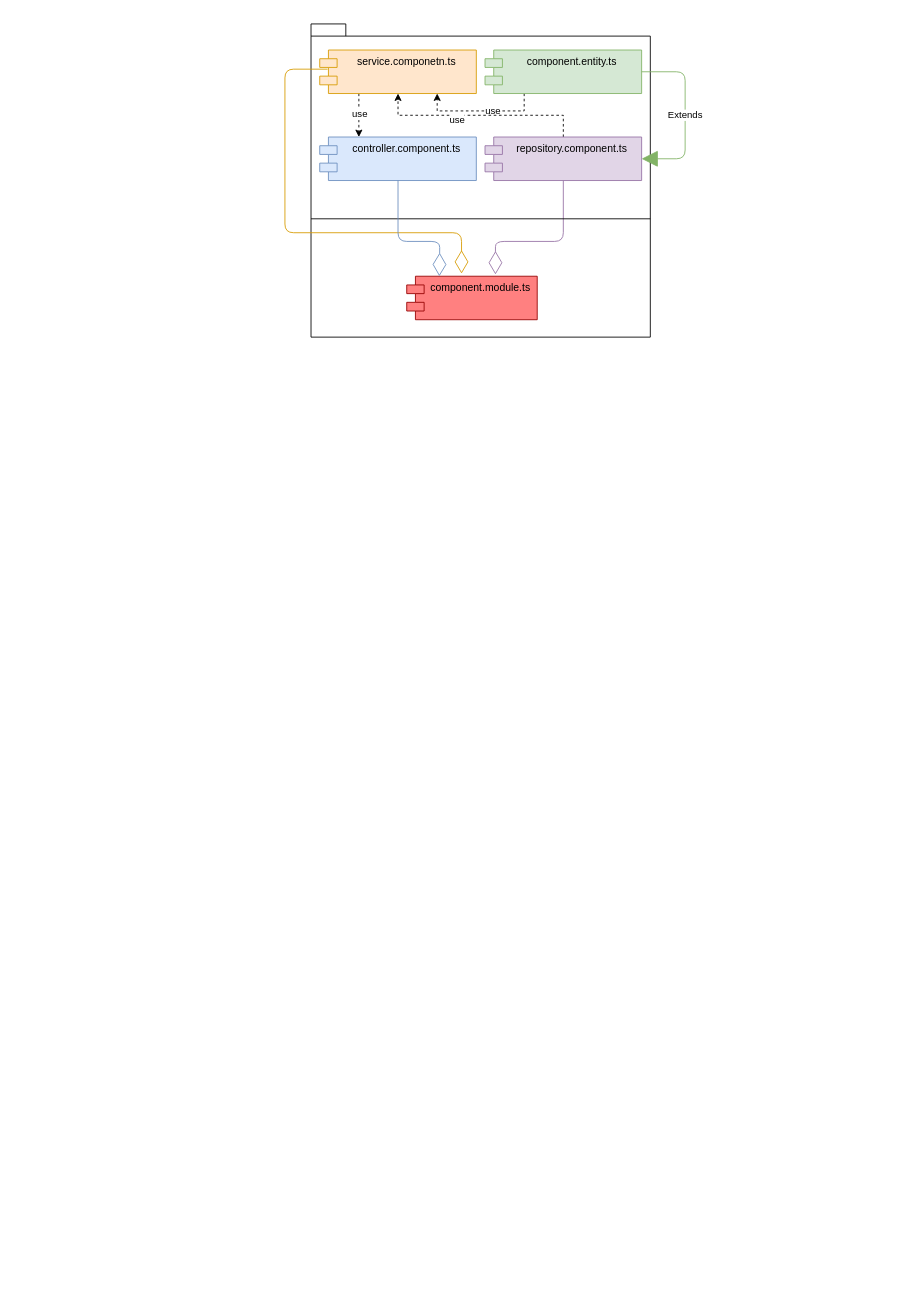
Before: Diagrama_componentes.drawio in davinzifc/diagrams, a draw.io diagram. Source tidied: cells renumbered, new cells numbered last; positions are measured from the earlier drawing's top-left corner, leaving out a move shared by most shapes. Both pictures are drawn from the tidied source at 87%, with x=0, y=0 at pixel (284, 23).
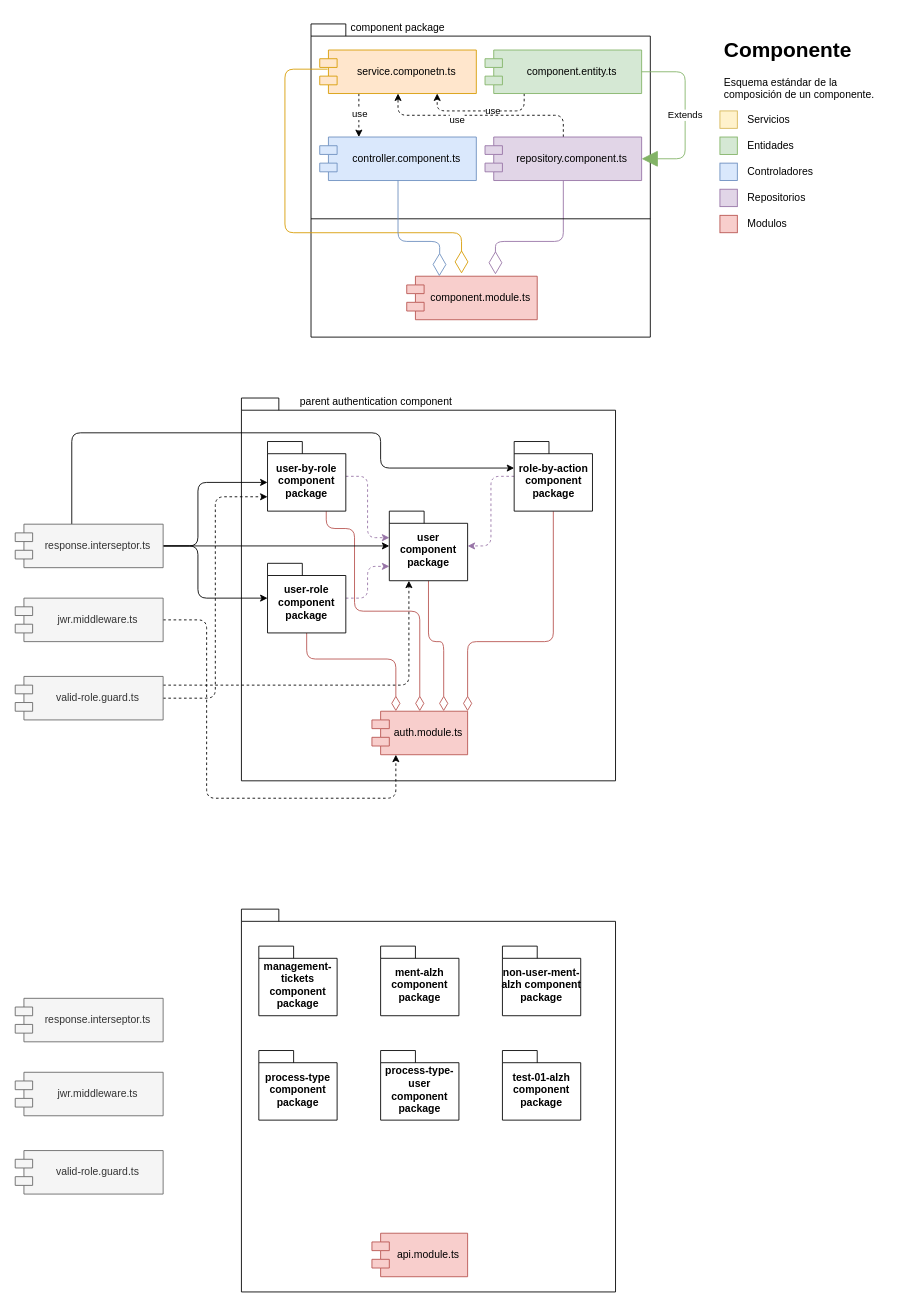
The same diagram, later.

Diff of the diagram source:
```diff
@@
-    <mxCell id="5" value="service.componetn.ts" style="shape=module;align=left;spacingLeft=20;align=center;verticalAlign=top;whiteSpace=wrap;html=1;fillColor=#ffe6cc;strokeColor=#d79b00;" parent="1" vertex="1">
+    <mxCell id="5" value="service.componetn.ts" style="shape=module;align=left;spacingLeft=20;align=center;verticalAlign=middle;whiteSpace=wrap;html=1;fillColor=#ffe6cc;strokeColor=#d79b00;" parent="1" vertex="1">
       <mxGeometry x="40" y="30" width="180" height="50" as="geometry" />
     </mxCell>
@@
-    <mxCell id="7" style="edgeStyle=orthogonalEdgeStyle;rounded=0;jettySize=auto;html=1;exitX=0.25;exitY=1;exitDx=0;exitDy=0;entryX=0.75;entryY=1;entryDx=0;entryDy=0;dashed=1;" parent="1" edge="1" source="9" target="5">
+    <mxCell id="7" style="edgeStyle=orthogonalEdgeStyle;rounded=1;jettySize=auto;html=1;exitX=0.25;exitY=1;exitDx=0;exitDy=0;entryX=0.75;entryY=1;entryDx=0;entryDy=0;dashed=1;" parent="1" edge="1" source="9" target="5">
       <mxGeometry relative="1" as="geometry" />
     </mxCell>
@@
-    <mxCell id="9" value="component.entity.ts" style="shape=module;align=left;spacingLeft=20;align=center;verticalAlign=top;whiteSpace=wrap;html=1;fillColor=#d5e8d4;strokeColor=#82b366;" parent="1" vertex="1">
+    <mxCell id="9" value="component.entity.ts" style="shape=module;align=left;spacingLeft=20;align=center;verticalAlign=middle;whiteSpace=wrap;html=1;fillColor=#d5e8d4;strokeColor=#82b366;" parent="1" vertex="1">
       <mxGeometry x="230" y="30" width="180" height="50" as="geometry" />
     </mxCell>
@@
-    <mxCell id="11" style="edgeStyle=orthogonalEdgeStyle;rounded=0;jettySize=auto;html=1;exitX=0.5;exitY=0;exitDx=0;exitDy=0;dashed=1;" parent="1" edge="1" source="13" target="5">
+    <mxCell id="11" style="edgeStyle=orthogonalEdgeStyle;rounded=1;jettySize=auto;html=1;exitX=0.5;exitY=0;exitDx=0;exitDy=0;dashed=1;" parent="1" edge="1" source="13" target="5">
       <mxGeometry relative="1" as="geometry" />
     </mxCell>
@@
-    <mxCell id="13" value="repository.component.ts" style="shape=module;align=left;spacingLeft=20;align=center;verticalAlign=top;whiteSpace=wrap;html=1;fillColor=#e1d5e7;strokeColor=#9673a6;" parent="1" vertex="1">
+    <mxCell id="13" value="repository.component.ts" style="shape=module;align=left;spacingLeft=20;align=center;verticalAlign=middle;whiteSpace=wrap;html=1;fillColor=#e1d5e7;strokeColor=#9673a6;" parent="1" vertex="1">
       <mxGeometry x="230" y="130" width="180" height="50" as="geometry" />
     </mxCell>
-    <mxCell id="14" value="component.module.ts" style="shape=module;align=left;spacingLeft=20;align=center;verticalAlign=top;whiteSpace=wrap;html=1;fillColor=#FF8080;strokeColor=#940000;" parent="1" vertex="1">
+    <mxCell id="14" value="component.module.ts" style="shape=module;align=left;spacingLeft=20;align=center;verticalAlign=middle;whiteSpace=wrap;html=1;fillColor=#f8cecc;strokeColor=#b85450;" parent="1" vertex="1">
       <mxGeometry x="140" y="290" width="150" height="50" as="geometry" />
     </mxCell>
-    <mxCell id="15" value="controller.component.ts" style="shape=module;align=left;spacingLeft=20;align=center;verticalAlign=top;whiteSpace=wrap;html=1;fillColor=#dae8fc;strokeColor=#6c8ebf;" parent="1" vertex="1">
+    <mxCell id="15" value="controller.component.ts" style="shape=module;align=left;spacingLeft=20;align=center;verticalAlign=middle;whiteSpace=wrap;html=1;fillColor=#dae8fc;strokeColor=#6c8ebf;" parent="1" vertex="1">
       <mxGeometry x="40" y="130" width="180" height="50" as="geometry" />
     </mxCell>
@@
+    <mxCell id="19" value="component package" style="text;html=1;strokeColor=none;fillColor=none;align=center;verticalAlign=middle;whiteSpace=wrap;rounded=0;" parent="1" vertex="1">
+      <mxGeometry x="50" y="-10" width="160" height="30" as="geometry" />
+    </mxCell>
+    <mxCell id="20" value="&lt;h1&gt;Componente&lt;/h1&gt;&lt;p&gt;Esquema estándar de la composición de un componente.&lt;br&gt;&lt;/p&gt;" style="text;html=1;strokeColor=none;fillColor=none;spacing=5;spacingTop=-20;whiteSpace=wrap;overflow=hidden;rounded=0;" parent="1" vertex="1">
+      <mxGeometry x="500" y="10" width="190" height="120" as="geometry" />
+    </mxCell>
+    <mxCell id="21" style="whiteSpace=wrap;html=1;fillColor=#fff2cc;strokeColor=#d6b656;" parent="1" vertex="1">
+      <mxGeometry x="500" y="100" width="20" height="20" as="geometry" />
+    </mxCell>
+    <mxCell id="22" style="whiteSpace=wrap;html=1;fillColor=#d5e8d4;strokeColor=#82b366;" parent="1" vertex="1">
+      <mxGeometry x="500" y="130" width="20" height="20" as="geometry" />
+    </mxCell>
+    <mxCell id="23" style="whiteSpace=wrap;html=1;fillColor=#dae8fc;strokeColor=#6c8ebf;" parent="1" vertex="1">
+      <mxGeometry x="500" y="160" width="20" height="20" as="geometry" />
+    </mxCell>
+    <mxCell id="24" style="whiteSpace=wrap;html=1;fillColor=#e1d5e7;strokeColor=#9673a6;" parent="1" vertex="1">
+      <mxGeometry x="500" y="190" width="20" height="20" as="geometry" />
+    </mxCell>
+    <mxCell id="25" style="whiteSpace=wrap;html=1;fillColor=#f8cecc;strokeColor=#b85450;" parent="1" vertex="1">
+      <mxGeometry x="500" y="220" width="20" height="20" as="geometry" />
+    </mxCell>
+    <mxCell id="26" value="Servicios" style="text;html=1;strokeColor=none;fillColor=none;align=left;verticalAlign=middle;whiteSpace=wrap;rounded=0;" parent="1" vertex="1">
+      <mxGeometry x="530" y="95" width="60" height="30" as="geometry" />
+    </mxCell>
+    <mxCell id="27" value="Entidades" style="text;html=1;strokeColor=none;fillColor=none;align=left;verticalAlign=middle;whiteSpace=wrap;rounded=0;" parent="1" vertex="1">
+      <mxGeometry x="530" y="125" width="60" height="30" as="geometry" />
+    </mxCell>
+    <mxCell id="28" value="Controladores" style="text;html=1;strokeColor=none;fillColor=none;align=left;verticalAlign=middle;whiteSpace=wrap;rounded=0;" parent="1" vertex="1">
+      <mxGeometry x="530" y="155" width="80" height="30" as="geometry" />
+    </mxCell>
+    <mxCell id="29" value="Repositorios" style="text;html=1;strokeColor=none;fillColor=none;align=left;verticalAlign=middle;whiteSpace=wrap;rounded=0;" parent="1" vertex="1">
+      <mxGeometry x="530" y="185" width="90" height="30" as="geometry" />
+    </mxCell>
+    <mxCell id="30" value="Modulos" style="text;html=1;strokeColor=none;fillColor=none;align=left;verticalAlign=middle;whiteSpace=wrap;rounded=0;" parent="1" vertex="1">
+      <mxGeometry x="530" y="215" width="60" height="30" as="geometry" />
+    </mxCell>
+    <mxCell id="31" style="shape=folder;fontStyle=1;spacingTop=10;tabWidth=40;tabHeight=14;tabPosition=left;html=1;whiteSpace=wrap;" parent="1" vertex="1">
+      <mxGeometry x="-50" y="430" width="430" height="440" as="geometry" />
+    </mxCell>
+    <mxCell id="32" value="auth.module.ts" style="shape=module;align=left;spacingLeft=20;align=center;verticalAlign=middle;whiteSpace=wrap;html=1;fillColor=#f8cecc;strokeColor=#b85450;" parent="1" vertex="1">
+      <mxGeometry x="100" y="790" width="110" height="50" as="geometry" />
+    </mxCell>
+    <mxCell id="33" value="parent authentication component" style="text;html=1;strokeColor=none;fillColor=none;align=center;verticalAlign=middle;whiteSpace=wrap;rounded=0;" parent="1" vertex="1">
+      <mxGeometry x="10" y="420" width="190" height="30" as="geometry" />
+    </mxCell>
+    <mxCell id="34" style="edgeStyle=orthogonalEdgeStyle;rounded=1;jettySize=auto;html=1;entryX=0;entryY=0;entryDx=0;entryDy=30.5;entryPerimeter=0;dashed=1;fillColor=#e1d5e7;strokeColor=#9673a6;" parent="1" edge="1" source="36" target="41">
+      <mxGeometry relative="1" as="geometry" />
+    </mxCell>
+    <mxCell id="35" style="edgeStyle=orthogonalEdgeStyle;rounded=1;jettySize=auto;html=1;exitX=0.75;exitY=1;exitDx=0;exitDy=0;exitPerimeter=0;endArrow=diamondThin;endFill=0;endSize=15;fillColor=#f8cecc;strokeColor=#b85450;" parent="1" edge="1" source="36" target="32">
+      <mxGeometry relative="1" as="geometry">
+        <Array as="points">
+          <mxPoint x="48" y="580" />
+          <mxPoint x="80" y="580" />
+          <mxPoint x="80" y="675" />
+          <mxPoint x="155" y="675" />
+        </Array>
+      </mxGeometry>
+    </mxCell>
+    <mxCell id="36" value="user-by-role component package" style="shape=folder;fontStyle=1;spacingTop=10;tabWidth=40;tabHeight=14;tabPosition=left;html=1;whiteSpace=wrap;" parent="1" vertex="1">
+      <mxGeometry x="-20" y="480" width="90" height="80" as="geometry" />
+    </mxCell>
+    <mxCell id="37" style="edgeStyle=orthogonalEdgeStyle;rounded=1;jettySize=auto;html=1;entryX=0;entryY=0;entryDx=0;entryDy=63.5;entryPerimeter=0;dashed=1;fillColor=#e1d5e7;strokeColor=#9673a6;" parent="1" edge="1" source="39" target="41">
+      <mxGeometry relative="1" as="geometry" />
+    </mxCell>
+    <mxCell id="38" style="edgeStyle=orthogonalEdgeStyle;rounded=1;jettySize=auto;html=1;entryX=0.25;entryY=0;entryDx=0;entryDy=0;fillColor=#f8cecc;strokeColor=#b85450;endArrow=diamondThin;endFill=0;endSize=15;" parent="1" edge="1" source="39" target="32">
+      <mxGeometry relative="1" as="geometry">
+        <Array as="points">
+          <mxPoint x="25" y="730" />
+          <mxPoint x="128" y="730" />
+        </Array>
+      </mxGeometry>
+    </mxCell>
+    <mxCell id="39" value="user-role component package" style="shape=folder;fontStyle=1;spacingTop=10;tabWidth=40;tabHeight=14;tabPosition=left;html=1;whiteSpace=wrap;" parent="1" vertex="1">
+      <mxGeometry x="-20" y="620" width="90" height="80" as="geometry" />
+    </mxCell>
+    <mxCell id="40" style="edgeStyle=orthogonalEdgeStyle;rounded=1;jettySize=auto;html=1;exitX=0.5;exitY=1;exitDx=0;exitDy=0;exitPerimeter=0;entryX=0.75;entryY=0;entryDx=0;entryDy=0;endArrow=diamondThin;endFill=0;endSize=15;fillColor=#f8cecc;strokeColor=#b85450;" parent="1" edge="1" source="41" target="32">
+      <mxGeometry relative="1" as="geometry" />
+    </mxCell>
+    <mxCell id="41" value="user component package" style="shape=folder;fontStyle=1;spacingTop=10;tabWidth=40;tabHeight=14;tabPosition=left;html=1;whiteSpace=wrap;" parent="1" vertex="1">
+      <mxGeometry x="120" y="560" width="90" height="80" as="geometry" />
+    </mxCell>
+    <mxCell id="42" style="edgeStyle=orthogonalEdgeStyle;rounded=1;jettySize=auto;html=1;dashed=1;fillColor=#e1d5e7;strokeColor=#9673a6;" parent="1" edge="1" source="44" target="41">
+      <mxGeometry relative="1" as="geometry" />
+    </mxCell>
+    <mxCell id="43" style="edgeStyle=orthogonalEdgeStyle;rounded=1;jettySize=auto;html=1;entryX=1;entryY=0;entryDx=0;entryDy=0;endArrow=diamondThin;endFill=0;endSize=15;fillColor=#f8cecc;strokeColor=#b85450;" parent="1" edge="1" source="44" target="32">
+      <mxGeometry relative="1" as="geometry">
+        <Array as="points">
+          <mxPoint x="309" y="710" />
+          <mxPoint x="210" y="710" />
+        </Array>
+      </mxGeometry>
+    </mxCell>
+    <mxCell id="44" value="role-by-action component package" style="shape=folder;fontStyle=1;spacingTop=10;tabWidth=40;tabHeight=14;tabPosition=left;html=1;whiteSpace=wrap;" parent="1" vertex="1">
+      <mxGeometry x="263.5" y="480" width="90" height="80" as="geometry" />
+    </mxCell>
+    <mxCell id="45" style="edgeStyle=orthogonalEdgeStyle;rounded=1;jettySize=auto;html=1;entryX=0;entryY=0;entryDx=0;entryDy=47;entryPerimeter=0;" parent="1" edge="1" source="49" target="36">
+      <mxGeometry relative="1" as="geometry">
+        <Array as="points">
+          <mxPoint x="-100" y="600" />
+          <mxPoint x="-100" y="527" />
+        </Array>
+      </mxGeometry>
+    </mxCell>
+    <mxCell id="46" style="edgeStyle=orthogonalEdgeStyle;rounded=1;jettySize=auto;html=1;" parent="1" edge="1" source="49" target="39">
+      <mxGeometry relative="1" as="geometry">
+        <Array as="points">
+          <mxPoint x="-100" y="600" />
+          <mxPoint x="-100" y="660" />
+        </Array>
+      </mxGeometry>
+    </mxCell>
+    <mxCell id="47" style="edgeStyle=orthogonalEdgeStyle;rounded=1;jettySize=auto;html=1;" parent="1" edge="1" source="49" target="41">
+      <mxGeometry relative="1" as="geometry">
+        <Array as="points">
+          <mxPoint x="-120" y="600" />
+          <mxPoint x="-120" y="600" />
+        </Array>
+      </mxGeometry>
+    </mxCell>
+    <mxCell id="48" style="edgeStyle=orthogonalEdgeStyle;rounded=1;jettySize=auto;html=1;entryX=0;entryY=0;entryDx=0;entryDy=30.5;entryPerimeter=0;" parent="1" edge="1" source="49" target="44">
+      <mxGeometry relative="1" as="geometry">
+        <Array as="points">
+          <mxPoint x="-245" y="470" />
+          <mxPoint x="110" y="470" />
+          <mxPoint x="110" y="511" />
+        </Array>
+      </mxGeometry>
+    </mxCell>
+    <mxCell id="49" value="response.interseptor.ts" style="shape=module;align=left;spacingLeft=20;align=center;verticalAlign=middle;whiteSpace=wrap;html=1;fillColor=#f5f5f5;strokeColor=#666666;fontColor=#333333;" parent="1" vertex="1">
+      <mxGeometry x="-310" y="575" width="170" height="50" as="geometry" />
+    </mxCell>
+    <mxCell id="50" style="edgeStyle=orthogonalEdgeStyle;rounded=1;jettySize=auto;html=1;exitX=1;exitY=0.5;exitDx=0;exitDy=0;entryX=0.25;entryY=1;entryDx=0;entryDy=0;dashed=1;" parent="1" edge="1" source="51" target="32">
+      <mxGeometry relative="1" as="geometry">
+        <Array as="points">
+          <mxPoint x="-90" y="685" />
+          <mxPoint x="-90" y="890" />
+          <mxPoint x="128" y="890" />
+        </Array>
+      </mxGeometry>
+    </mxCell>
+    <mxCell id="51" value="jwr.middleware.ts" style="shape=module;align=left;spacingLeft=20;align=center;verticalAlign=middle;whiteSpace=wrap;html=1;fillColor=#f5f5f5;fontColor=#333333;strokeColor=#666666;" parent="1" vertex="1">
+      <mxGeometry x="-310" y="660" width="170" height="50" as="geometry" />
+    </mxCell>
+    <mxCell id="52" style="edgeStyle=orthogonalEdgeStyle;rounded=1;jettySize=auto;html=1;entryX=0.25;entryY=1;entryDx=0;entryDy=0;entryPerimeter=0;dashed=1;" parent="1" edge="1" source="54" target="41">
+      <mxGeometry relative="1" as="geometry">
+        <Array as="points">
+          <mxPoint x="143" y="760" />
+        </Array>
+      </mxGeometry>
+    </mxCell>
+    <mxCell id="53" style="edgeStyle=orthogonalEdgeStyle;rounded=1;jettySize=auto;html=1;entryX=0;entryY=0;entryDx=0;entryDy=63.5;entryPerimeter=0;dashed=1;" parent="1" edge="1" source="54" target="36">
+      <mxGeometry relative="1" as="geometry" />
+    </mxCell>
+    <mxCell id="54" value="valid-role.guard.ts" style="shape=module;align=left;spacingLeft=20;align=center;verticalAlign=middle;whiteSpace=wrap;html=1;fillColor=#f5f5f5;fontColor=#333333;strokeColor=#666666;" parent="1" vertex="1">
+      <mxGeometry x="-310" y="750" width="170" height="50" as="geometry" />
+    </mxCell>
+    <mxCell id="55" style="shape=folder;fontStyle=1;spacingTop=10;tabWidth=40;tabHeight=14;tabPosition=left;html=1;whiteSpace=wrap;" parent="1" vertex="1">
+      <mxGeometry x="-50" y="1017.5" width="430" height="440" as="geometry" />
+    </mxCell>
+    <mxCell id="56" value="response.interseptor.ts" style="shape=module;align=left;spacingLeft=20;align=center;verticalAlign=middle;whiteSpace=wrap;html=1;fillColor=#f5f5f5;strokeColor=#666666;fontColor=#333333;" parent="1" vertex="1">
+      <mxGeometry x="-310" y="1120" width="170" height="50" as="geometry" />
+    </mxCell>
+    <mxCell id="57" value="jwr.middleware.ts" style="shape=module;align=left;spacingLeft=20;align=center;verticalAlign=middle;whiteSpace=wrap;html=1;fillColor=#f5f5f5;fontColor=#333333;strokeColor=#666666;" parent="1" vertex="1">
+      <mxGeometry x="-310" y="1205" width="170" height="50" as="geometry" />
+    </mxCell>
+    <mxCell id="58" value="valid-role.guard.ts" style="shape=module;align=left;spacingLeft=20;align=center;verticalAlign=middle;whiteSpace=wrap;html=1;fillColor=#f5f5f5;fontColor=#333333;strokeColor=#666666;" parent="1" vertex="1">
+      <mxGeometry x="-310" y="1295" width="170" height="50" as="geometry" />
+    </mxCell>
+    <mxCell id="59" value="api.module.ts" style="shape=module;align=left;spacingLeft=20;align=center;verticalAlign=middle;whiteSpace=wrap;html=1;fillColor=#f8cecc;strokeColor=#b85450;" parent="1" vertex="1">
+      <mxGeometry x="100" y="1390" width="110" height="50" as="geometry" />
+    </mxCell>
+    <mxCell id="60" value="management-tickets component package" style="shape=folder;fontStyle=1;spacingTop=10;tabWidth=40;tabHeight=14;tabPosition=left;html=1;whiteSpace=wrap;" parent="1" vertex="1">
+      <mxGeometry x="-30" y="1060" width="90" height="80" as="geometry" />
+    </mxCell>
+    <mxCell id="61" value="ment-alzh component package" style="shape=folder;fontStyle=1;spacingTop=10;tabWidth=40;tabHeight=14;tabPosition=left;html=1;whiteSpace=wrap;" parent="1" vertex="1">
+      <mxGeometry x="110" y="1060" width="90" height="80" as="geometry" />
+    </mxCell>
+    <mxCell id="62" value="non-user-ment-alzh&amp;nbsp;component package" style="shape=folder;fontStyle=1;spacingTop=10;tabWidth=40;tabHeight=14;tabPosition=left;html=1;whiteSpace=wrap;" parent="1" vertex="1">
+      <mxGeometry x="250" y="1060" width="90" height="80" as="geometry" />
+    </mxCell>
+    <mxCell id="63" value="process-type component package" style="shape=folder;fontStyle=1;spacingTop=10;tabWidth=40;tabHeight=14;tabPosition=left;html=1;whiteSpace=wrap;" parent="1" vertex="1">
+      <mxGeometry x="-30" y="1180" width="90" height="80" as="geometry" />
+    </mxCell>
+    <mxCell id="64" value="process-type-user component package" style="shape=folder;fontStyle=1;spacingTop=10;tabWidth=40;tabHeight=14;tabPosition=left;html=1;whiteSpace=wrap;" parent="1" vertex="1">
+      <mxGeometry x="110" y="1180" width="90" height="80" as="geometry" />
+    </mxCell>
+    <mxCell id="65" value="test-01-alzh component package" style="shape=folder;fontStyle=1;spacingTop=10;tabWidth=40;tabHeight=14;tabPosition=left;html=1;whiteSpace=wrap;" parent="1" vertex="1">
+      <mxGeometry x="250" y="1180" width="90" height="80" as="geometry" />
+    </mxCell>
```
